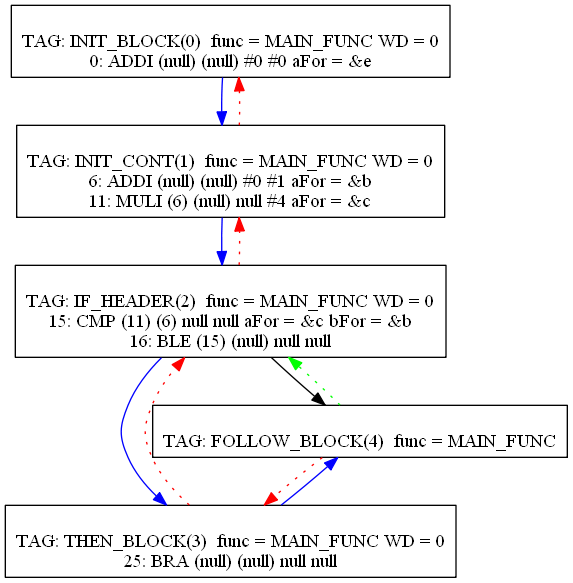
Above: Compiler/17graph.png in mbajaj92/Project-Astoria (Graphviz), before the change. Its source is kept beside it as Compiler/17graph.dot. Source of this version:
```dot
digraph {
0[label="
TAG: INIT_BLOCK(0)  func = MAIN_FUNC WD = 0
0: ADDI (null) (null) #0 #0 aFor = &e
"];
0[shape=box];
0 -> 1[color=blue]
1[label="
TAG: INIT_CONT(1)  func = MAIN_FUNC WD = 0
6: ADDI (null) (null) #0 #1 aFor = &b
11: MULI (6) (null) null #4 aFor = &c
"];
1[shape=box];
1 -> 2[color=blue]
1 -> 0[color=red][style=dotted]
2[label="
TAG: IF_HEADER(2)  func = MAIN_FUNC WD = 0
15: CMP (11) (6) null null aFor = &c bFor = &b
16: BLE (15) (null) null null
"];
2[shape=box];
2 -> 3[color=blue]
2 -> 4[color=black]
2 -> 1[color=red][style=dotted]
3[label="
TAG: THEN_BLOCK(3)  func = MAIN_FUNC WD = 0
25: BRA (null) (null) null null
"];
3[shape=box];
3 -> 4[color=blue]
3 -> 2[color=red][style=dotted]
4[label="
TAG: FOLLOW_BLOCK(4)  func = MAIN_FUNC
"];
4[shape=box];
4 -> 3[color=red][style=dotted]
4 -> 2[color=green][style=dotted]
}
```
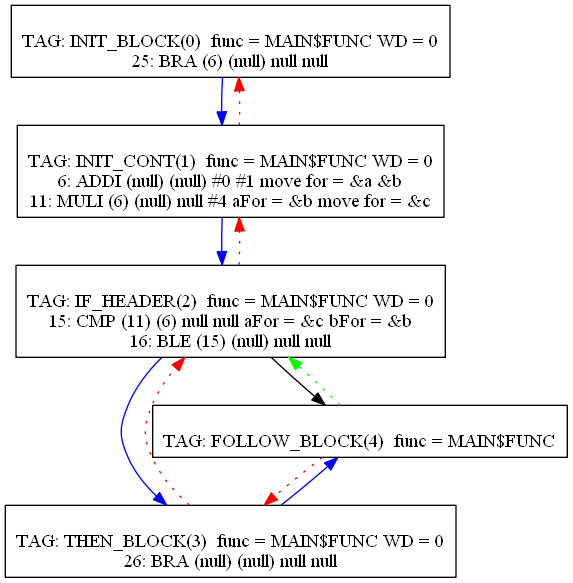
The same diagram one commit later.

What changed in the source:
```diff
@@ -1,20 +1,20 @@
 digraph {
 0[label="
-TAG: INIT_BLOCK(0)  func = MAIN_FUNC WD = 0
-0: ADDI (null) (null) #0 #0 aFor = &e
+TAG: INIT_BLOCK(0)  func = MAIN$FUNC WD = 0
+25: BRA (6) (null) null null
 "];
 0[shape=box];
 0 -> 1[color=blue]
 1[label="
-TAG: INIT_CONT(1)  func = MAIN_FUNC WD = 0
-6: ADDI (null) (null) #0 #1 aFor = &b
-11: MULI (6) (null) null #4 aFor = &c
+TAG: INIT_CONT(1)  func = MAIN$FUNC WD = 0
+6: ADDI (null) (null) #0 #1 move for = &a &b
+11: MULI (6) (null) null #4 aFor = &b move for = &c
 "];
 1[shape=box];
 1 -> 2[color=blue]
 1 -> 0[color=red][style=dotted]
 2[label="
-TAG: IF_HEADER(2)  func = MAIN_FUNC WD = 0
+TAG: IF_HEADER(2)  func = MAIN$FUNC WD = 0
 15: CMP (11) (6) null null aFor = &c bFor = &b
 16: BLE (15) (null) null null
 "];
@@ -23,14 +23,14 @@
 2 -> 4[color=black]
 2 -> 1[color=red][style=dotted]
 3[label="
-TAG: THEN_BLOCK(3)  func = MAIN_FUNC WD = 0
-25: BRA (null) (null) null null
+TAG: THEN_BLOCK(3)  func = MAIN$FUNC WD = 0
+26: BRA (null) (null) null null
 "];
 3[shape=box];
 3 -> 4[color=blue]
 3 -> 2[color=red][style=dotted]
 4[label="
-TAG: FOLLOW_BLOCK(4)  func = MAIN_FUNC
+TAG: FOLLOW_BLOCK(4)  func = MAIN$FUNC
 "];
 4[shape=box];
 4 -> 3[color=red][style=dotted]
```
